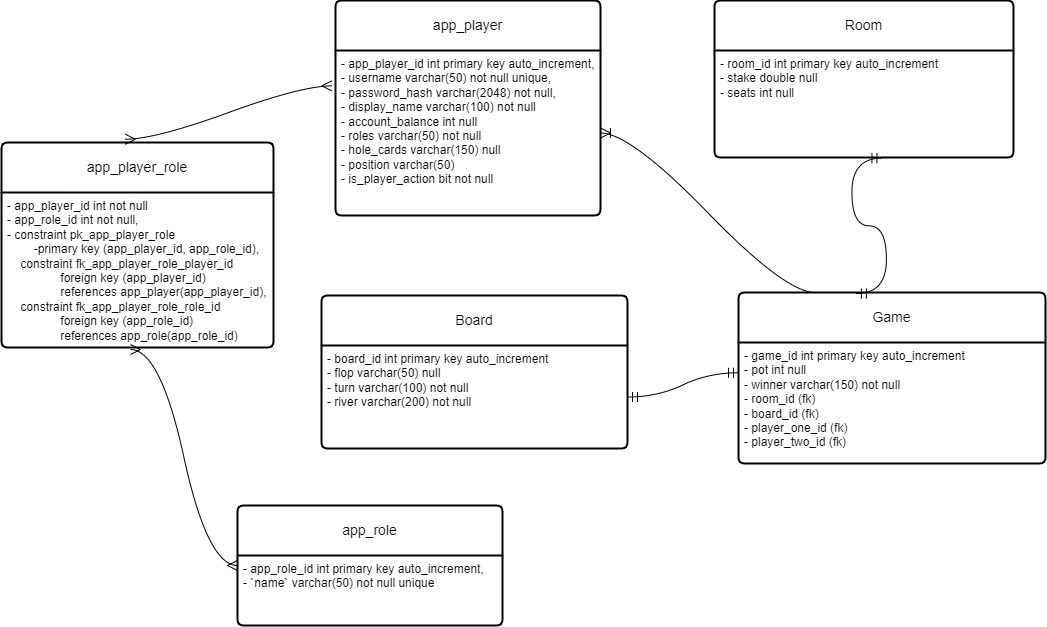
The draw.io diagram 8-bit-poker.drawio.png in tcarey-dev/8-Bit-Poker-Backend, before a commit. Source tidied: cells renumbered, new cells last; positions are measured from the earlier drawing's top-left corner, leaving out a move shared by most shapes.
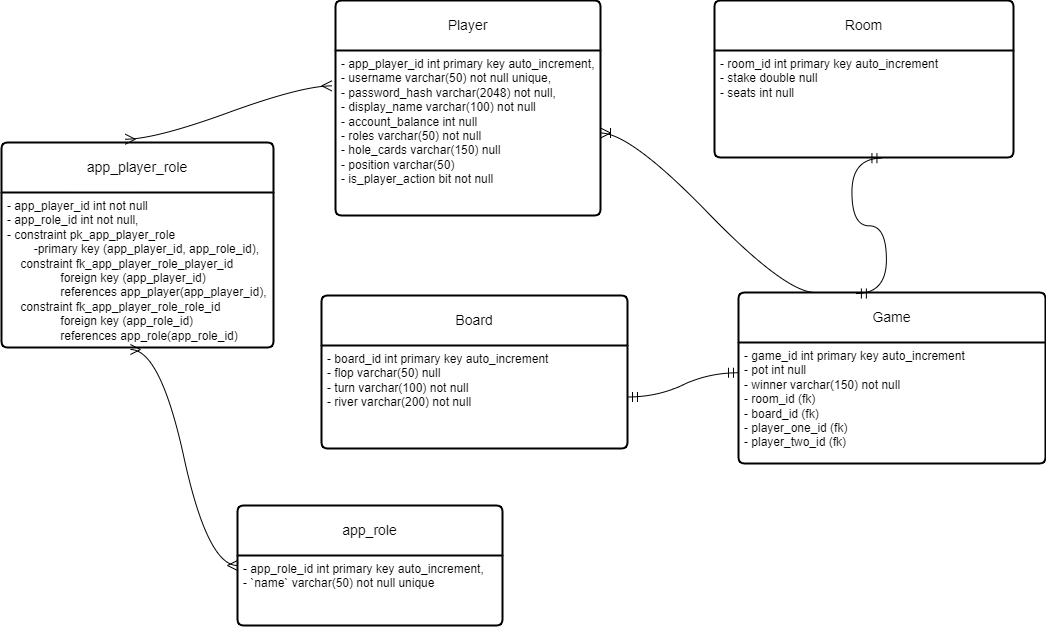
The same diagram one commit later.

Commit message:
changes to player table in db schema

What changed in the source:
```diff
@@ -2,7 +2,7 @@
   <root>
     <mxCell id="0" />
     <mxCell id="1" parent="0" />
-    <mxCell id="2" value="app_player" style="swimlane;horizontal=1;startSize=50;rounded=1;fontSize=14;fontStyle=0;strokeWidth=2;shadow=0;dashed=0;align=center;arcSize=4;whiteSpace=wrap;html=1;" parent="1" vertex="1">
+    <mxCell id="2" value="Player" style="swimlane;horizontal=1;startSize=50;rounded=1;fontSize=14;fontStyle=0;strokeWidth=2;shadow=0;dashed=0;align=center;arcSize=4;whiteSpace=wrap;html=1;" parent="1" vertex="1">
       <mxGeometry x="334" width="265" height="215" as="geometry" />
     </mxCell>
     <mxCell id="3" value="- app_player_id int primary key auto_increment,&lt;br&gt;- username varchar(50) not null unique,&lt;br&gt;- password_hash varchar(2048) not null,&lt;br&gt;- display_name varchar(100) not null&lt;br style=&quot;border-color: var(--border-color);&quot;&gt;- account_balance int null&lt;br style=&quot;border-color: var(--border-color);&quot;&gt;- roles varchar(50) not null&lt;br style=&quot;border-color: var(--border-color);&quot;&gt;- hole_cards varchar(150) null&lt;br style=&quot;border-color: var(--border-color);&quot;&gt;- position varchar(50)&lt;br style=&quot;border-color: var(--border-color);&quot;&gt;- is_player_action bit not null&lt;br&gt;" style="align=left;strokeColor=none;fillColor=none;spacingLeft=4;fontSize=12;verticalAlign=top;html=1;" parent="2" vertex="1">
```
